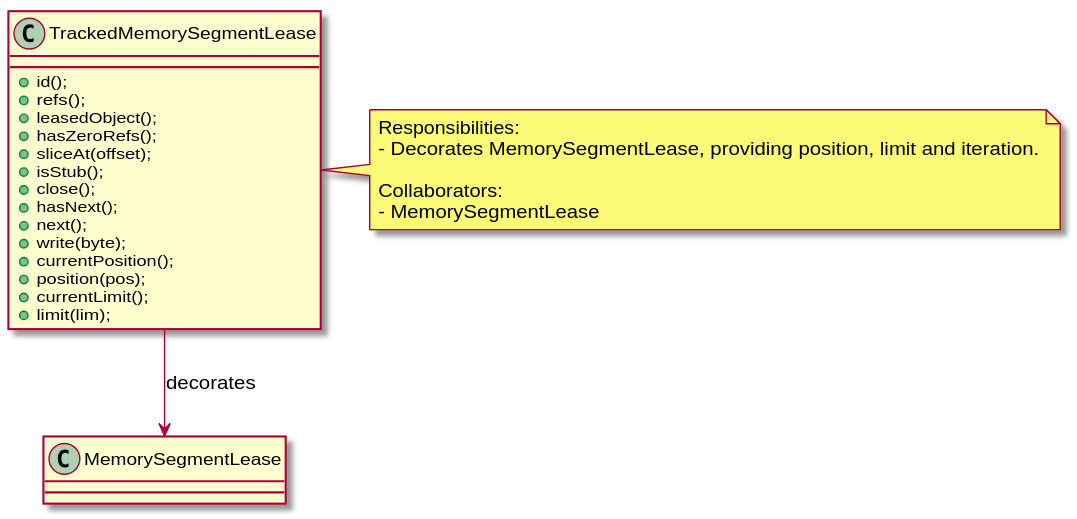
The PlantUML diagram docs/issue-11/doxygen/inline_umlgraph_6.svg in eemhu/buf_01, before a commit.
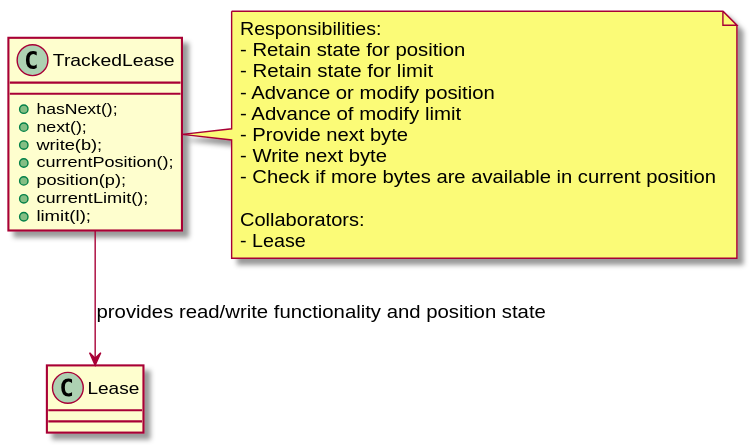
After the commit.

The edit, as a diff of the source:
```diff
@@ -1,28 +1,27 @@
 @startuml inline_umlgraph_6.svg
-class TrackedMemorySegmentLease {
-+ id();
-+ refs();
-+ leasedObject();
-+ hasZeroRefs();
-+ sliceAt(offset);
-+ isStub();
-+ close();
+class TrackedLease {
 + hasNext();
 + next();
-+ write(byte);
++ write(b);
 + currentPosition();
-+ position(pos);
++ position(p);
 + currentLimit();
-+ limit(lim);
++ limit(l);
 }
 
-TrackedMemorySegmentLease --> MemorySegmentLease : decorates
+TrackedLease --> Lease : provides read/write functionality and position state
 
-note right of TrackedMemorySegmentLease
+note right of TrackedLease
 Responsibilities:
-- Decorates MemorySegmentLease, providing position, limit and iteration.
+- Retain state for position
+- Retain state for limit
+- Advance or modify position
+- Advance of modify limit
+- Provide next byte
+- Write next byte
+- Check if more bytes are available in current position
 
 Collaborators:
-- MemorySegmentLease
+- Lease
 end note
 @enduml
```
